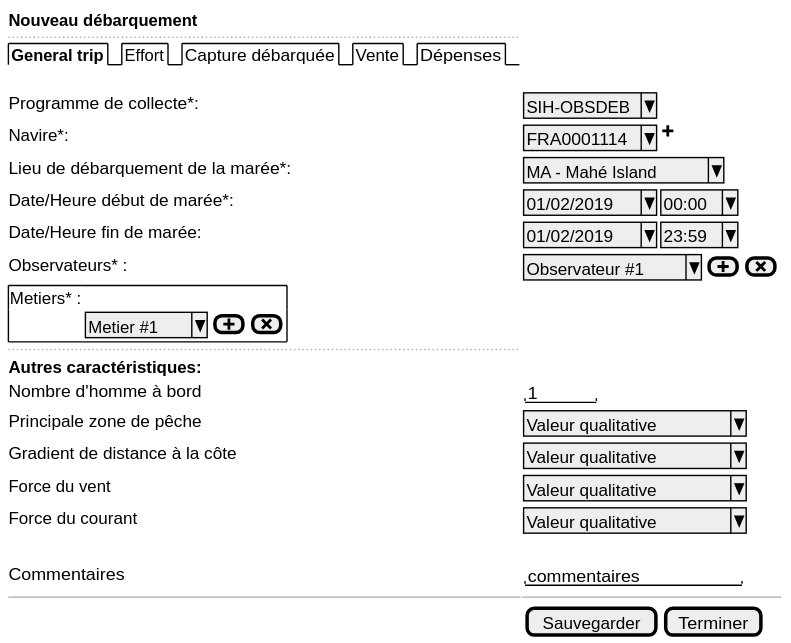
Above: use-case/collect/trip/landing-ui-var3a.svg in sumaris-net/sumaris-doc (PlantUML), before the change. Its source is kept beside it as use-case/collect/trip/landing-ui-var3a.puml.
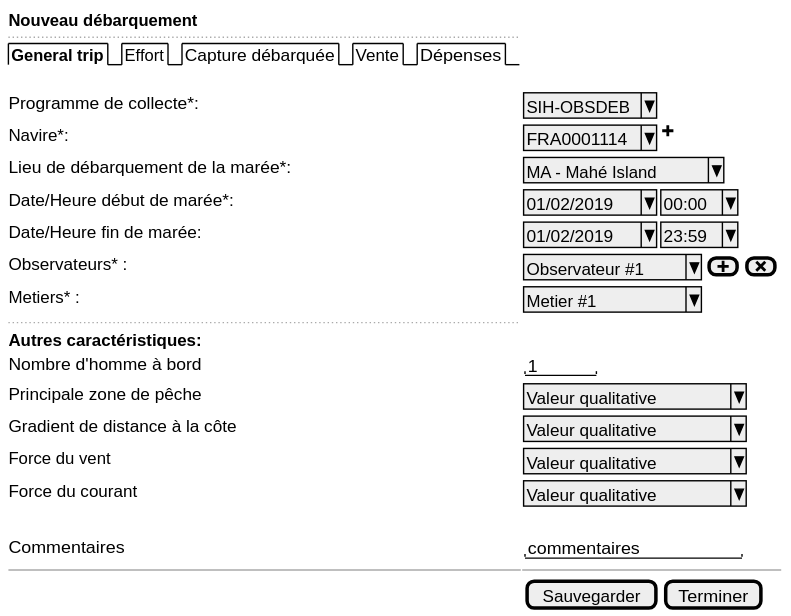
Above is the later version.

The edit, as a diff of the source:
```diff
@@ -4,16 +4,13 @@
   ..
   {/ <b>General trip | Effort | Capture débarquée | Vente | Dépenses }
   .
-  Programme de collecte*:    | { ^SIH-OBSDEB^ }
-  Navire*:                   | { ^FRA0001114^ | <&plus> }
+  Programme de collecte*:       | { ^SIH-OBSDEB^ }
+  Navire*:                      | { ^FRA0001114^ | <&plus> }
   Lieu de débarquement de la marée*:     | { ^MA - Mahé Island^ }
-  Date/Heure début de marée*:  | { ^01/02/2019^ | ^00:00^ }
-  Date/Heure fin de marée:  | { ^01/02/2019^ | ^23:59^ }
-  Observateurs* :            | { ^Observateur #1^ | [<&plus>] | [<&x>]}
-  {+
-  Metiers* : |.
-  .                               | { ^Metier #1^ | [<&plus>] | [<&x>]}
-  }
+  Date/Heure début de marée*:   | { ^01/02/2019^ | ^00:00^ }
+  Date/Heure fin de marée:      | { ^01/02/2019^ | ^23:59^ }
+  Observateurs* :               | { ^Observateur #1^ | [<&plus>] | [<&x>]}
+  Metiers* :                    | { ^Metier #1     ^ }
   ..
   <b>Autres caractéristiques:
   Nombre d'homme à bord           | { "   1  " }
```
